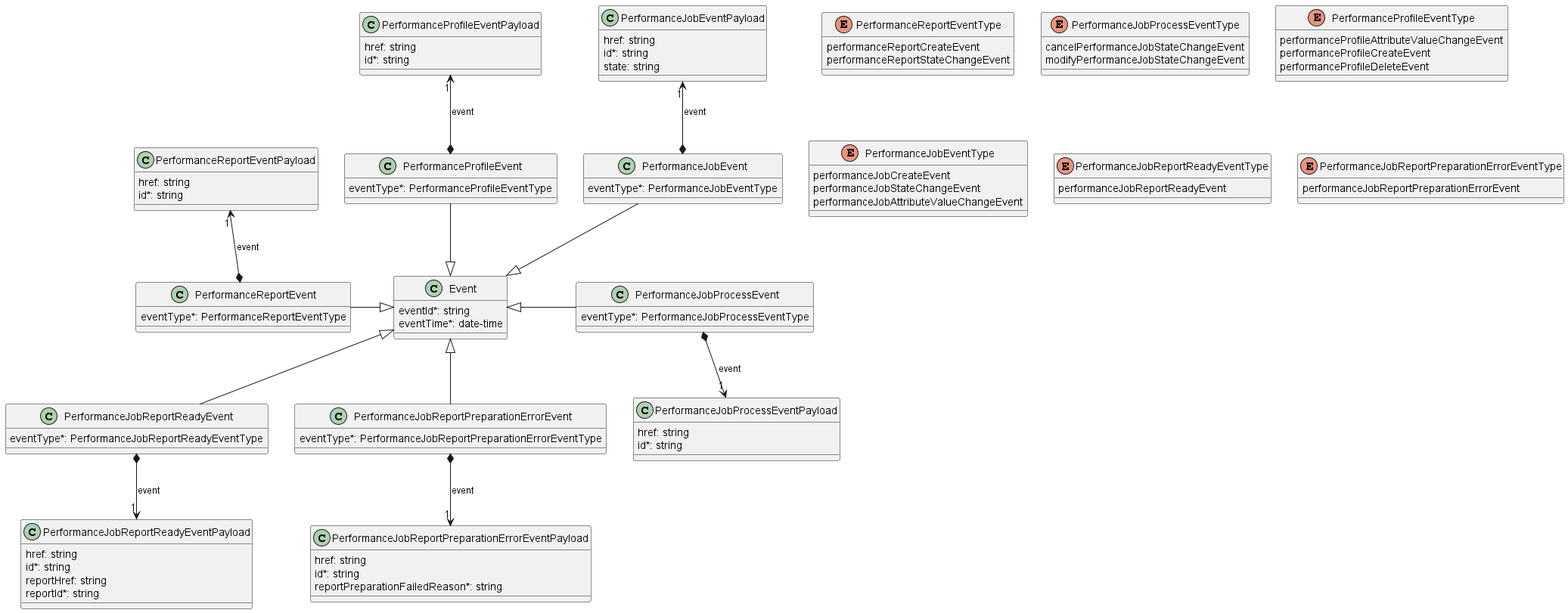
This is documentation/serviceApi/pm/performance/media/performanceMonitoringNotificationModel.png from MEF-GIT/MEF-LSO-Legato-SDK, a PlantUML export, as it was before one commit.
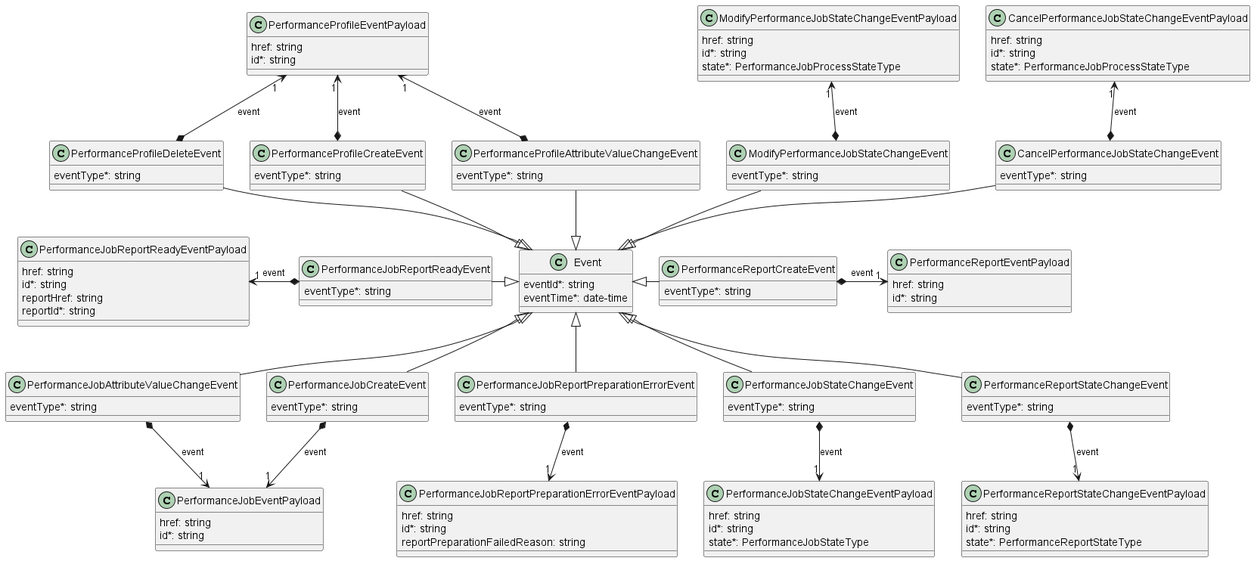
Above is the later version.

Diff of the diagram source:
```diff
@@ -1,31 +1,99 @@
 @startuml performanceMonitoringNotificationModel
 
+class CancelPerformanceJobStateChangeEvent {
+
+    eventType*: string
+}
+Event <|-u- CancelPerformanceJobStateChangeEvent
+
+CancelPerformanceJobStateChangeEvent *-u->"1" CancelPerformanceJobStateChangeEventPayload : event
+
+
+class CancelPerformanceJobStateChangeEventPayload {
+
+    href: string
+    id*: string
+    state*: PerformanceJobProcessStateType
+}
 class Event {
+
     eventId*: string
     eventTime*: date-time
 }
 
-class PerformanceJobEvent {
-    eventType*: PerformanceJobEventType
+
+
+class ModifyPerformanceJobStateChangeEvent {
+
+    eventType*: string
 }
-Event <|-u- PerformanceJobEvent
+Event <|-u- ModifyPerformanceJobStateChangeEvent
 
-PerformanceJobEvent *-u->"1" PerformanceJobEventPayload : event
+ModifyPerformanceJobStateChangeEvent *-u->"1" ModifyPerformanceJobStateChangeEventPayload : event
+
+
+class ModifyPerformanceJobStateChangeEventPayload {
+
+    href: string
+    id*: string
+    state*: PerformanceJobProcessStateType
+}
+
+
+
+class PerformanceJobAttributeValueChangeEvent {
+
+    eventType*: string
+}
+Event <|-- PerformanceJobAttributeValueChangeEvent
+
+PerformanceJobAttributeValueChangeEvent *-->"1" PerformanceJobEventPayload : event
+
+
+class PerformanceJobCreateEvent {
+
+    eventType*: string
+}
+Event <|-- PerformanceJobCreateEvent
+
+PerformanceJobCreateEvent *-->"1" PerformanceJobEventPayload : event
+
 
 class PerformanceJobEventPayload {
+
     href: string
     id*: string
-    state: string
 }
 
+class PerformanceJobReportPreparationErrorEvent {
+
+    eventType*: string
+}
+Event <|-- PerformanceJobReportPreparationErrorEvent
+
+PerformanceJobReportPreparationErrorEvent *-->"1" PerformanceJobReportPreparationErrorEventPayload : event
+
+
+class PerformanceJobReportPreparationErrorEventPayload {
+
+    href: string
+    id*: string
+    reportPreparationFailedReason: string
+}
+
+
+
 class PerformanceJobReportReadyEvent {
-    eventType*: PerformanceJobReportReadyEventType
+
+    eventType*: string
 }
-Event <|-- PerformanceJobReportReadyEvent
+Event <|-l- PerformanceJobReportReadyEvent
 
-PerformanceJobReportReadyEvent *-->"1" PerformanceJobReportReadyEventPayload : event
+PerformanceJobReportReadyEvent *-l->"1" PerformanceJobReportReadyEventPayload : event
+
 
 class PerformanceJobReportReadyEventPayload {
+
     href: string
     id*: string
     reportHref: string
@@ -33,83 +101,89 @@
 }
 
 
-class PerformanceJobReportPreparationErrorEvent {
-    eventType*: PerformanceJobReportPreparationErrorEventType
+
+class PerformanceJobStateChangeEvent {
+
+    eventType*: string
 }
-Event <|-- PerformanceJobReportPreparationErrorEvent
+Event <|-- PerformanceJobStateChangeEvent
 
-PerformanceJobReportPreparationErrorEvent *-->"1" PerformanceJobReportPreparationErrorEventPayload : event
+PerformanceJobStateChangeEvent *-->"1" PerformanceJobStateChangeEventPayload : event
 
-class PerformanceJobReportPreparationErrorEventPayload {
+
+class PerformanceJobStateChangeEventPayload {
+
     href: string
     id*: string
-    reportPreparationFailedReason*: string
+    state*: PerformanceJobStateType
 }
 
-class PerformanceJobProcessEvent {
-    eventType*: PerformanceJobProcessEventType
+class PerformanceProfileAttributeValueChangeEvent {
+
+    eventType*: string
 }
-Event <|-r- PerformanceJobProcessEvent
+Event <|-u- PerformanceProfileAttributeValueChangeEvent
 
-PerformanceJobProcessEvent *-d->"1" PerformanceJobProcessEventPayload : event
+PerformanceProfileAttributeValueChangeEvent *-u->"1" PerformanceProfileEventPayload : event
 
-class PerformanceJobProcessEventPayload {
+
+class PerformanceProfileCreateEvent {
+
+    eventType*: string
+}
+Event <|-u- PerformanceProfileCreateEvent
+
+PerformanceProfileCreateEvent *-u->"1" PerformanceProfileEventPayload : event
+
+
+class PerformanceProfileDeleteEvent {
+
+    eventType*: string
+}
+Event <|-u- PerformanceProfileDeleteEvent
+
+PerformanceProfileDeleteEvent *-u->"1" PerformanceProfileEventPayload : event
+
+
+class PerformanceProfileEventPayload {
+
     href: string
     id*: string
 }
 
-class PerformanceProfileEvent {
-    eventType*: PerformanceProfileEventType
+
+
+class PerformanceReportCreateEvent {
+
+    eventType*: string
 }
-Event <|-u- PerformanceProfileEvent
+Event <|-r- PerformanceReportCreateEvent
 
-PerformanceProfileEvent *-u->"1" PerformanceProfileEventPayload : event
+PerformanceReportCreateEvent *-r->"1" PerformanceReportEventPayload : event
 
-class PerformanceProfileEventPayload {
+
+class PerformanceReportEventPayload {
+
     href: string
     id*: string
 }
 
-class PerformanceReportEvent {
-    eventType*: PerformanceReportEventType
+
+
+class PerformanceReportStateChangeEvent {
+
+    eventType*: string
 }
-Event <|-l- PerformanceReportEvent
+Event <|-- PerformanceReportStateChangeEvent
 
-PerformanceReportEvent *-u->"1" PerformanceReportEventPayload : event
+PerformanceReportStateChangeEvent *-->"1" PerformanceReportStateChangeEventPayload : event
 
-class PerformanceReportEventPayload {
+
+class PerformanceReportStateChangeEventPayload {
+
     href: string
     id*: string
-}
-
-enum PerformanceReportEventType {
-    performanceReportCreateEvent
-    performanceReportStateChangeEvent
-}
-
-enum PerformanceJobProcessEventType {
-    cancelPerformanceJobStateChangeEvent
-    modifyPerformanceJobStateChangeEvent
-}
-
-enum PerformanceProfileEventType {
-    performanceProfileAttributeValueChangeEvent
-    performanceProfileCreateEvent
-    performanceProfileDeleteEvent
-}
-
-enum PerformanceJobEventType {
-    performanceJobCreateEvent
-    performanceJobStateChangeEvent
-    performanceJobAttributeValueChangeEvent
-}
-
-enum PerformanceJobReportReadyEventType {
-    performanceJobReportReadyEvent
-}
-
-enum PerformanceJobReportPreparationErrorEventType {
-    performanceJobReportPreparationErrorEvent
+    state*: PerformanceReportStateType
 }
 
 @enduml
```
